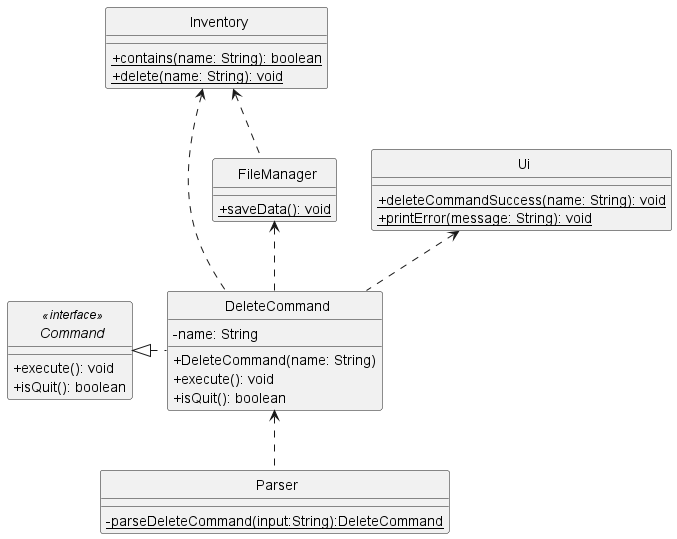
Earlier version of the PlantUML export docs/uml-diagrams/DeleteCommandClass.png (rismm/tp).
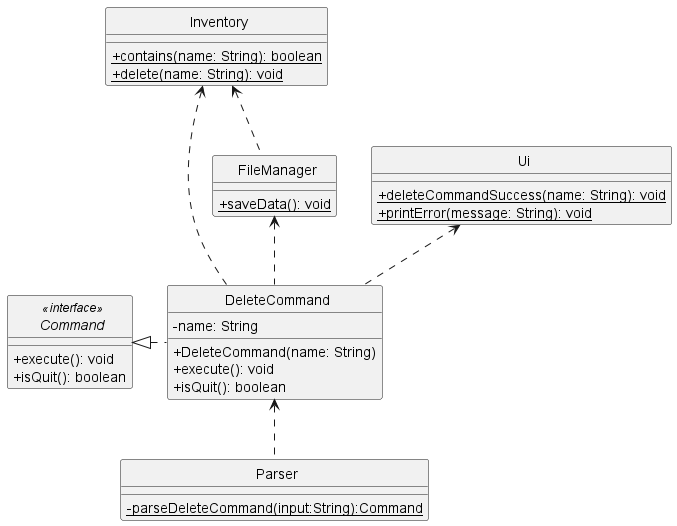
After the commit.

Change to the diagram source:
```diff
@@ -44,6 +44,6 @@
 }
 
 class Parser {
-    {static}-parseDeleteCommand(input:String):DeleteCommand
+    {static}-parseDeleteCommand(input:String):Command
 }
 @enduml
```
